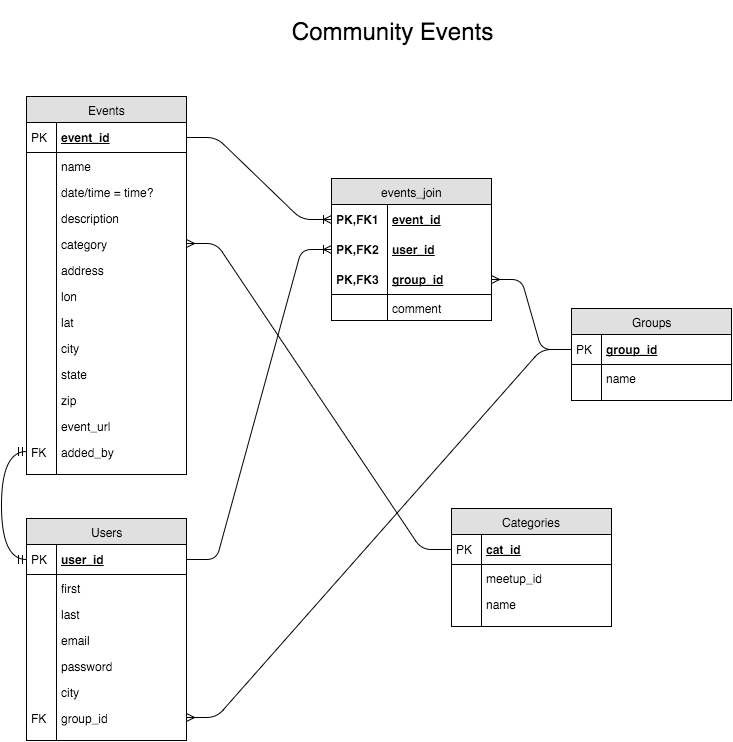
Above: readMe_images/Event_Community_ERD.png in WebDevJ/reactJs_app (draw.io), before the change. Source tidied: cells renumbered, new cells last; positions are measured from the earlier drawing's top-left corner, leaving out a move shared by most shapes.
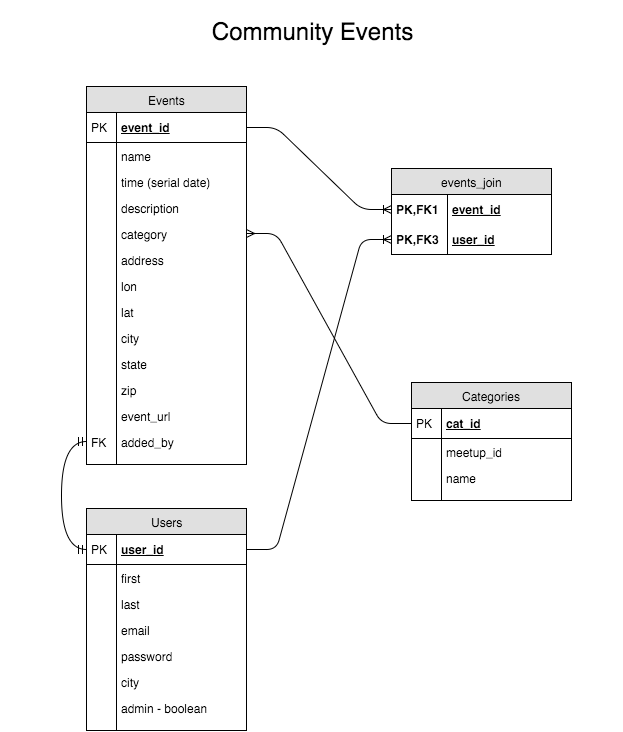
The same diagram one commit later.

What changed in the source:
```diff
@@ -17,7 +17,7 @@
     <mxCell id="6" style="shape=partialRectangle;top=0;left=0;bottom=0;html=1;fillColor=none;align=left;verticalAlign=top;spacingLeft=4;spacingRight=4;whiteSpace=wrap;overflow=hidden;" parent="5" vertex="1">
       <mxGeometry width="30" height="26" as="geometry" />
     </mxCell>
-    <mxCell id="7" value="date/time = time?" style="shape=partialRectangle;top=0;left=0;right=0;bottom=0;html=1;align=left;verticalAlign=top;fillColor=none;spacingLeft=34;spacingRight=4;whiteSpace=wrap;overflow=hidden;" parent="2" vertex="1">
+    <mxCell id="7" value="time (serial date)" style="shape=partialRectangle;top=0;left=0;right=0;bottom=0;html=1;align=left;verticalAlign=top;fillColor=none;spacingLeft=34;spacingRight=4;whiteSpace=wrap;overflow=hidden;" parent="2" vertex="1">
       <mxGeometry y="82" width="160" height="26" as="geometry" />
     </mxCell>
     <mxCell id="8" style="shape=partialRectangle;top=0;left=0;bottom=0;html=1;fillColor=none;align=left;verticalAlign=top;spacingLeft=4;spacingRight=4;whiteSpace=wrap;overflow=hidden;" parent="7" vertex="1">
@@ -90,7 +90,7 @@
       <mxGeometry width="30" height="10" as="geometry" />
     </mxCell>
     <mxCell id="31" value="events_join" style="swimlane;html=1;fontStyle=0;horizontal=1;startSize=26;fillColor=#e0e0e0;swimlaneFillColor=#ffffff;" parent="1" vertex="1">
-      <mxGeometry x="330" y="177" width="160" height="142" as="geometry" />
+      <mxGeometry x="330" y="177" width="160" height="86" as="geometry" />
     </mxCell>
     <mxCell id="32" value="event_id" style="shape=partialRectangle;top=0;left=0;right=0;bottom=0;html=1;align=left;verticalAlign=middle;fillColor=none;spacingLeft=60;spacingRight=4;whiteSpace=wrap;overflow=hidden;points=[[0,0.5],[1,0.5]];portConstraint=eastwest;fontStyle=5;" parent="31" vertex="1">
       <mxGeometry y="26" width="160" height="30" as="geometry" />
@@ -98,45 +98,12 @@
     <mxCell id="33" value="PK,FK1" style="shape=partialRectangle;fontStyle=1;top=0;left=0;bottom=0;html=1;fillColor=none;align=left;verticalAlign=middle;spacingLeft=4;spacingRight=4;whiteSpace=wrap;overflow=hidden;" parent="32" vertex="1">
       <mxGeometry width="56" height="30" as="geometry" />
     </mxCell>
-    <mxCell id="34" value="user_id" style="shape=partialRectangle;top=0;left=0;right=0;bottom=0;html=1;align=left;verticalAlign=middle;fillColor=none;spacingLeft=60;spacingRight=4;whiteSpace=wrap;overflow=hidden;points=[[0,0.5],[1,0.5]];portConstraint=eastwest;fontStyle=5;" parent="31" vertex="1">
-      <mxGeometry y="56" width="160" height="30" as="geometry" />
-    </mxCell>
-    <mxCell id="35" value="PK,FK2" style="shape=partialRectangle;fontStyle=1;top=0;left=0;bottom=0;html=1;fillColor=none;align=left;verticalAlign=middle;spacingLeft=4;spacingRight=4;whiteSpace=wrap;overflow=hidden;" parent="34" vertex="1">
-      <mxGeometry width="56" height="30" as="geometry" />
-    </mxCell>
-    <mxCell id="36" value="group_id" style="shape=partialRectangle;top=0;left=0;right=0;bottom=1;html=1;align=left;verticalAlign=middle;fillColor=none;spacingLeft=60;spacingRight=4;whiteSpace=wrap;overflow=hidden;points=[[0,0.5],[1,0.5]];portConstraint=eastwest;fontStyle=5;" parent="31" vertex="1">
-      <mxGeometry y="86" width="160" height="30" as="geometry" />
+    <mxCell id="36" value="user_id" style="shape=partialRectangle;top=0;left=0;right=0;bottom=1;html=1;align=left;verticalAlign=middle;fillColor=none;spacingLeft=60;spacingRight=4;whiteSpace=wrap;overflow=hidden;points=[[0,0.5],[1,0.5]];portConstraint=eastwest;fontStyle=5;" parent="31" vertex="1">
+      <mxGeometry y="56" width="160" height="30" as="geometry" />
     </mxCell>
     <mxCell id="37" value="PK,FK3" style="shape=partialRectangle;fontStyle=1;top=0;left=0;bottom=0;html=1;fillColor=none;align=left;verticalAlign=middle;spacingLeft=4;spacingRight=4;whiteSpace=wrap;overflow=hidden;" parent="36" vertex="1">
       <mxGeometry width="56" height="30" as="geometry" />
     </mxCell>
-    <mxCell id="38" value="comment" style="shape=partialRectangle;top=0;left=0;right=0;bottom=0;html=1;align=left;verticalAlign=top;fillColor=none;spacingLeft=60;spacingRight=4;whiteSpace=wrap;overflow=hidden;" parent="31" vertex="1">
-      <mxGeometry y="116" width="160" height="26" as="geometry" />
-    </mxCell>
-    <mxCell id="39" style="shape=partialRectangle;top=0;left=0;bottom=0;html=1;fillColor=none;align=left;verticalAlign=top;spacingLeft=4;spacingRight=4;whiteSpace=wrap;overflow=hidden;" parent="38" vertex="1">
-      <mxGeometry width="56" height="26" as="geometry" />
-    </mxCell>
-    <mxCell id="40" value="Groups" style="swimlane;html=1;fontStyle=0;horizontal=1;startSize=26;fillColor=#e0e0e0;swimlaneFillColor=#ffffff;" parent="1" vertex="1">
-      <mxGeometry x="570" y="307" width="160" height="92" as="geometry" />
-    </mxCell>
-    <mxCell id="41" value="group_id" style="shape=partialRectangle;top=0;left=0;right=0;bottom=1;html=1;align=left;verticalAlign=middle;fillColor=none;spacingLeft=34;spacingRight=4;whiteSpace=wrap;overflow=hidden;points=[[0,0.5],[1,0.5]];portConstraint=eastwest;fontStyle=5;" parent="40" vertex="1">
-      <mxGeometry y="26" width="160" height="30" as="geometry" />
-    </mxCell>
-    <mxCell id="42" value="PK" style="shape=partialRectangle;top=0;left=0;bottom=0;html=1;fillColor=none;align=left;verticalAlign=middle;spacingLeft=4;spacingRight=4;whiteSpace=wrap;overflow=hidden;" parent="41" vertex="1">
-      <mxGeometry width="30" height="30" as="geometry" />
-    </mxCell>
-    <mxCell id="43" value="name" style="shape=partialRectangle;top=0;left=0;right=0;bottom=0;html=1;align=left;verticalAlign=top;fillColor=none;spacingLeft=34;spacingRight=4;whiteSpace=wrap;overflow=hidden;" parent="40" vertex="1">
-      <mxGeometry y="56" width="160" height="26" as="geometry" />
-    </mxCell>
-    <mxCell id="44" style="shape=partialRectangle;top=0;left=0;bottom=0;html=1;fillColor=none;align=left;verticalAlign=top;spacingLeft=4;spacingRight=4;whiteSpace=wrap;overflow=hidden;" parent="43" vertex="1">
-      <mxGeometry width="30" height="26" as="geometry" />
-    </mxCell>
-    <mxCell id="45" style="shape=partialRectangle;top=0;left=0;right=0;bottom=0;html=1;align=left;verticalAlign=top;fillColor=none;spacingLeft=34;spacingRight=4;whiteSpace=wrap;overflow=hidden;" parent="40" vertex="1">
-      <mxGeometry y="82" width="160" height="10" as="geometry" />
-    </mxCell>
-    <mxCell id="46" style="shape=partialRectangle;top=0;left=0;bottom=0;html=1;fillColor=none;align=left;verticalAlign=top;spacingLeft=4;spacingRight=4;whiteSpace=wrap;overflow=hidden;" parent="45" vertex="1">
-      <mxGeometry width="30" height="10" as="geometry" />
-    </mxCell>
     <mxCell id="47" value="Users" style="swimlane;html=1;fontStyle=0;horizontal=1;startSize=26;fillColor=#e0e0e0;swimlaneFillColor=#ffffff;" parent="1" vertex="1">
       <mxGeometry x="25" y="517" width="160" height="222" as="geometry" />
     </mxCell>
@@ -176,12 +143,12 @@
     <mxCell id="59" style="shape=partialRectangle;top=0;left=0;bottom=0;html=1;fillColor=none;align=left;verticalAlign=top;spacingLeft=4;spacingRight=4;whiteSpace=wrap;overflow=hidden;" parent="58" vertex="1">
       <mxGeometry width="30" height="26" as="geometry" />
     </mxCell>
-    <mxCell id="60" value="group_id" style="shape=partialRectangle;top=0;left=0;right=0;bottom=0;html=1;align=left;verticalAlign=top;fillColor=none;spacingLeft=34;spacingRight=4;whiteSpace=wrap;overflow=hidden;points=[[0,0.5],[1,0.5]];portConstraint=eastwest;" parent="47" vertex="1">
-      <mxGeometry y="186" width="160" height="26" as="geometry" />
-    </mxCell>
-    <mxCell id="61" value="FK" style="shape=partialRectangle;top=0;left=0;bottom=0;html=1;fillColor=none;align=left;verticalAlign=top;spacingLeft=4;spacingRight=4;whiteSpace=wrap;overflow=hidden;" parent="60" vertex="1">
-      <mxGeometry width="30" height="26" as="geometry" />
-    </mxCell>
+    <mxCell id="80" value="admin - boolean" style="shape=partialRectangle;top=0;left=0;right=0;bottom=0;html=1;align=left;verticalAlign=top;fillColor=none;spacingLeft=34;spacingRight=4;whiteSpace=wrap;overflow=hidden;" parent="47" vertex="1">
+      <mxGeometry y="186" width="160" height="26" as="geometry" />
+    </mxCell>
+    <mxCell id="44" style="shape=partialRectangle;top=0;left=0;bottom=0;html=1;fillColor=none;align=left;verticalAlign=top;spacingLeft=4;spacingRight=4;whiteSpace=wrap;overflow=hidden;" parent="80" vertex="1">
+      <mxGeometry width="30" height="26" as="geometry" />
+    </mxCell>
     <mxCell id="62" style="shape=partialRectangle;top=0;left=0;right=0;bottom=0;html=1;align=left;verticalAlign=top;fillColor=none;spacingLeft=34;spacingRight=4;whiteSpace=wrap;overflow=hidden;" parent="47" vertex="1">
       <mxGeometry y="212" width="160" height="10" as="geometry" />
     </mxCell>
@@ -191,20 +158,16 @@
     <mxCell id="64" style="edgeStyle=entityRelationEdgeStyle;html=1;endArrow=ERoneToMany;entryX=0;entryY=0.5;exitX=1;exitY=0.5;" parent="1" edge="1" source="3" target="32">
       <mxGeometry relative="1" as="geometry" />
     </mxCell>
-    <mxCell id="65" style="edgeStyle=entityRelationEdgeStyle;html=1;endArrow=ERoneToMany;exitX=1;exitY=0.5;entryX=0;entryY=0.5;" parent="1" edge="1" source="48" target="34">
-      <mxGeometry x="260" y="296" as="geometry" />
+    <mxCell id="65" style="edgeStyle=entityRelationEdgeStyle;html=1;endArrow=ERoneToMany;exitX=1;exitY=0.5;entryX=0;entryY=0.5;" parent="1" edge="1" source="48">
+      <mxGeometry x="350" y="296" as="geometry">
+        <mxPoint x="330" y="248" as="targetPoint" />
+      </mxGeometry>
     </mxCell>
-    <mxCell id="66" style="edgeStyle=entityRelationEdgeStyle;html=1;endArrow=none;startArrow=ERmany;startFill=0;endFill=0;entryX=0;entryY=0.5;exitX=1;exitY=0.5;" parent="1" edge="1" source="36" target="41">
-      <mxGeometry relative="1" as="geometry" />
-    </mxCell>
-    <mxCell id="67" style="edgeStyle=entityRelationEdgeStyle;html=1;endArrow=none;startArrow=ERmany;startFill=0;endFill=0;exitX=1;exitY=0.5;entryX=0;entryY=0.5;" parent="1" edge="1" source="60" target="41">
-      <mxGeometry x="550" y="277" as="geometry" />
-    </mxCell>
     <mxCell id="68" value="&lt;font style=&quot;font-size: 24px&quot;&gt;Community Events&lt;/font&gt;" style="text;html=1;strokeColor=none;fillColor=none;align=center;verticalAlign=middle;whiteSpace=wrap;overflow=hidden;" parent="1" vertex="1">
-      <mxGeometry x="80" width="620" height="60" as="geometry" />
+      <mxGeometry x="-60" y="10" width="620" height="60" as="geometry" />
     </mxCell>
     <mxCell id="69" value="Categories" style="swimlane;html=1;fontStyle=0;horizontal=1;startSize=26;fillColor=#e0e0e0;swimlaneFillColor=#ffffff;" parent="1" vertex="1">
-      <mxGeometry x="450" y="507" width="160" height="118" as="geometry" />
+      <mxGeometry x="350" y="391" width="160" height="118" as="geometry" />
     </mxCell>
     <mxCell id="70" value="cat_id" style="shape=partialRectangle;top=0;left=0;right=0;bottom=1;html=1;align=left;verticalAlign=middle;fillColor=none;spacingLeft=34;spacingRight=4;whiteSpace=wrap;overflow=hidden;points=[[0,0.5],[1,0.5]];portConstraint=eastwest;fontStyle=5;" parent="69" vertex="1">
       <mxGeometry y="26" width="160" height="30" as="geometry" />
@@ -231,7 +194,7 @@
       <mxGeometry width="30" height="10" as="geometry" />
     </mxCell>
     <mxCell id="78" style="edgeStyle=entityRelationEdgeStyle;html=1;endArrow=none;startArrow=ERmany;startFill=0;endFill=0;entryX=0;entryY=0.5;exitX=1;exitY=0.5;" parent="1" edge="1" target="70">
-      <mxGeometry x="235" y="252" as="geometry">
+      <mxGeometry x="325" y="252" as="geometry">
         <mxPoint x="185" y="242" as="sourcePoint" />
       </mxGeometry>
     </mxCell>
```
